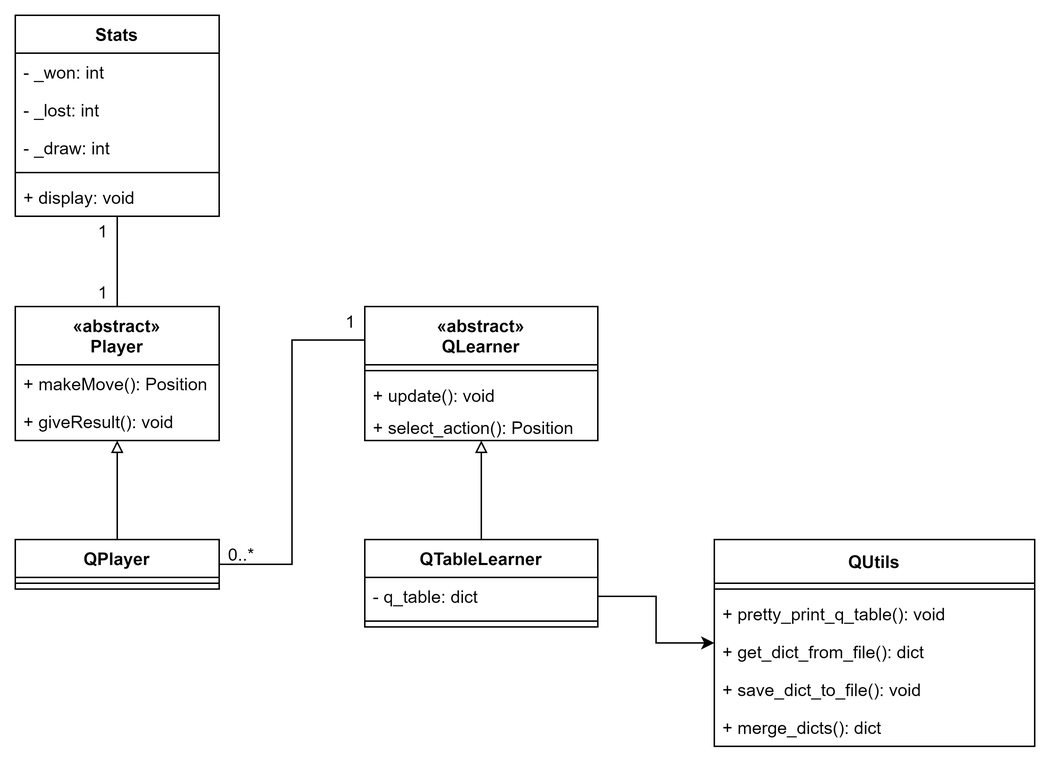
The draw.io diagram docs/uml/QLearner/QLearner.drawio.png in 13Dexter31/TickTackToe_Ki, before a commit. Source tidied: cells renumbered, new cells last; positions are measured from the earlier drawing's top-left corner, leaving out a move shared by most shapes. Source of this version:
```xml
<mxGraphModel>
  <root>
    <mxCell id="0" />
    <mxCell id="1" parent="0" />
    <mxCell id="2" style="edgeStyle=orthogonalEdgeStyle;rounded=0;jettySize=auto;html=1;exitX=0.5;exitY=0;exitDx=0;exitDy=0;endArrow=none;endFill=0;" parent="1" edge="1" source="3" target="27">
      <mxGeometry relative="1" as="geometry" />
    </mxCell>
    <mxCell id="3" value="«abstract»&#10;Player" style="swimlane;fontStyle=1;horizontal=1;startSize=40;fillColor=none;" parent="1" vertex="1">
      <mxGeometry y="200" width="140" height="92" as="geometry" />
    </mxCell>
    <mxCell id="4" value="+ makeMove(): Position" style="text;strokeColor=none;fillColor=none;align=left;verticalAlign=top;spacingLeft=4;spacingRight=4;overflow=hidden;" parent="3" vertex="1">
      <mxGeometry y="40" width="140" height="26" as="geometry" />
    </mxCell>
    <mxCell id="5" value="+ giveResult(): void" style="text;strokeColor=none;fillColor=none;align=left;verticalAlign=top;spacingLeft=4;spacingRight=4;overflow=hidden;" parent="3" vertex="1">
      <mxGeometry y="66" width="140" height="26" as="geometry" />
    </mxCell>
    <mxCell id="6" style="edgeStyle=orthogonalEdgeStyle;rounded=0;jettySize=auto;html=1;exitX=0.5;exitY=0;exitDx=0;exitDy=0;endArrow=block;endFill=0;" parent="1" edge="1" source="7" target="10">
      <mxGeometry relative="1" as="geometry" />
    </mxCell>
    <mxCell id="7" value="QTableLearner" style="swimlane;fontStyle=1;align=center;verticalAlign=top;horizontal=1;startSize=26;" parent="1" vertex="1">
      <mxGeometry x="240" y="360" width="160" height="60" as="geometry" />
    </mxCell>
    <mxCell id="8" value="- q_table: dict" style="text;strokeColor=none;fillColor=none;align=left;verticalAlign=top;spacingLeft=4;spacingRight=4;overflow=hidden;points=[[0,0.5],[1,0.5]];portConstraint=eastwest;" parent="7" vertex="1">
      <mxGeometry y="26" width="160" height="26" as="geometry" />
    </mxCell>
    <mxCell id="9" style="line;strokeWidth=1;fillColor=none;align=left;verticalAlign=middle;spacingTop=-1;spacingLeft=3;spacingRight=3;labelPosition=right;" parent="7" vertex="1">
      <mxGeometry y="52" width="160" height="8" as="geometry" />
    </mxCell>
    <mxCell id="10" value="«abstract»&#10;QLearner" style="swimlane;fontStyle=1;align=center;verticalAlign=top;horizontal=1;startSize=40;" parent="1" vertex="1">
      <mxGeometry x="240" y="200" width="160" height="92" as="geometry" />
    </mxCell>
    <mxCell id="11" style="line;strokeWidth=1;fillColor=none;align=left;verticalAlign=middle;spacingTop=-1;spacingLeft=3;spacingRight=3;labelPosition=right;" parent="10" vertex="1">
      <mxGeometry y="40" width="160" height="8" as="geometry" />
    </mxCell>
    <mxCell id="12" value="+ update(): void" style="text;strokeColor=none;fillColor=none;align=left;verticalAlign=top;spacingLeft=4;spacingRight=4;overflow=hidden;" parent="10" vertex="1">
      <mxGeometry y="48" width="160" height="22" as="geometry" />
    </mxCell>
    <mxCell id="13" value="+ select_action(): Position" style="text;strokeColor=none;fillColor=none;align=left;verticalAlign=top;spacingLeft=4;spacingRight=4;overflow=hidden;" parent="10" vertex="1">
      <mxGeometry y="70" width="160" height="22" as="geometry" />
    </mxCell>
    <mxCell id="14" style="edgeStyle=orthogonalEdgeStyle;rounded=0;jettySize=auto;html=1;exitX=0.5;exitY=0;exitDx=0;exitDy=0;endArrow=block;endFill=0;" parent="1" edge="1" source="15" target="3">
      <mxGeometry relative="1" as="geometry" />
    </mxCell>
    <mxCell id="15" value="QPlayer" style="swimlane;fontStyle=1;align=center;verticalAlign=top;horizontal=1;startSize=26;" parent="1" vertex="1">
      <mxGeometry y="360" width="140" height="34" as="geometry" />
    </mxCell>
    <mxCell id="16" style="line;strokeWidth=1;fillColor=none;align=left;verticalAlign=middle;spacingTop=-1;spacingLeft=3;spacingRight=3;labelPosition=right;" parent="15" vertex="1">
      <mxGeometry y="26" width="140" height="8" as="geometry" />
    </mxCell>
    <mxCell id="17" style="edgeStyle=orthogonalEdgeStyle;rounded=0;jettySize=auto;html=1;entryX=0;entryY=0.25;entryDx=0;entryDy=0;endArrow=none;endFill=0;exitX=1;exitY=0.5;exitDx=0;exitDy=0;" parent="1" edge="1" source="15" target="10">
      <mxGeometry relative="1" as="geometry" />
    </mxCell>
    <mxCell id="18" value="1" style="text;html=1;align=center;verticalAlign=middle;strokeColor=none;fillColor=none;" parent="1" vertex="1">
      <mxGeometry x="220" y="200" width="20" height="20" as="geometry" />
    </mxCell>
    <mxCell id="19" value="0..*" style="text;html=1;align=center;verticalAlign=middle;strokeColor=none;fillColor=none;" parent="1" vertex="1">
      <mxGeometry x="140" y="360" width="30" height="20" as="geometry" />
    </mxCell>
    <mxCell id="20" value="QUtils" style="swimlane;fontStyle=1;horizontal=1;startSize=30;fillColor=none;" parent="1" vertex="1">
      <mxGeometry x="480" y="360" width="220" height="142" as="geometry" />
    </mxCell>
    <mxCell id="21" style="line;strokeWidth=1;fillColor=none;align=left;verticalAlign=middle;spacingTop=-1;spacingLeft=3;spacingRight=3;labelPosition=right;" parent="20" vertex="1">
      <mxGeometry y="30" width="220" height="8" as="geometry" />
    </mxCell>
    <mxCell id="22" value="+ pretty_print_q_table(): void" style="text;strokeColor=none;fillColor=none;align=left;verticalAlign=top;spacingLeft=4;spacingRight=4;overflow=hidden;" parent="20" vertex="1">
      <mxGeometry y="38" width="220" height="26" as="geometry" />
    </mxCell>
    <mxCell id="23" value="+ get_dict_from_file(): dict" style="text;strokeColor=none;fillColor=none;align=left;verticalAlign=top;spacingLeft=4;spacingRight=4;overflow=hidden;" parent="20" vertex="1">
      <mxGeometry y="64" width="220" height="26" as="geometry" />
    </mxCell>
    <mxCell id="24" value="+ save_dict_to_file(): void" style="text;strokeColor=none;fillColor=none;align=left;verticalAlign=top;spacingLeft=4;spacingRight=4;overflow=hidden;" parent="20" vertex="1">
      <mxGeometry y="90" width="220" height="26" as="geometry" />
    </mxCell>
    <mxCell id="25" value="+ merge_dicts(): dict" style="text;strokeColor=none;fillColor=none;align=left;verticalAlign=top;spacingLeft=4;spacingRight=4;overflow=hidden;" parent="20" vertex="1">
      <mxGeometry y="116" width="220" height="26" as="geometry" />
    </mxCell>
    <mxCell id="26" style="edgeStyle=orthogonalEdgeStyle;rounded=0;jettySize=auto;html=1;exitX=1;exitY=0.5;exitDx=0;exitDy=0;" parent="1" edge="1" source="8" target="20">
      <mxGeometry relative="1" as="geometry" />
    </mxCell>
    <mxCell id="27" value="Stats" style="swimlane;fontStyle=1;align=center;verticalAlign=top;horizontal=1;startSize=26;" parent="1" vertex="1">
      <mxGeometry width="140" height="138" as="geometry" />
    </mxCell>
    <mxCell id="28" value="- _won: int" style="text;strokeColor=none;fillColor=none;align=left;verticalAlign=top;spacingLeft=4;spacingRight=4;overflow=hidden;" parent="27" vertex="1">
      <mxGeometry y="26" width="140" height="26" as="geometry" />
    </mxCell>
    <mxCell id="29" value="- _lost: int" style="text;strokeColor=none;fillColor=none;align=left;verticalAlign=top;spacingLeft=4;spacingRight=4;overflow=hidden;" parent="27" vertex="1">
      <mxGeometry y="52" width="140" height="26" as="geometry" />
    </mxCell>
    <mxCell id="30" value="- _draw: int" style="text;strokeColor=none;fillColor=none;align=left;verticalAlign=top;spacingLeft=4;spacingRight=4;overflow=hidden;" parent="27" vertex="1">
      <mxGeometry y="78" width="140" height="26" as="geometry" />
    </mxCell>
    <mxCell id="31" style="line;strokeWidth=1;fillColor=none;align=left;verticalAlign=middle;spacingTop=-1;spacingLeft=3;spacingRight=3;labelPosition=right;" parent="27" vertex="1">
      <mxGeometry y="104" width="140" height="8" as="geometry" />
    </mxCell>
    <mxCell id="32" value="+ display: void" style="text;strokeColor=none;fillColor=none;align=left;verticalAlign=top;spacingLeft=4;spacingRight=4;overflow=hidden;" parent="27" vertex="1">
      <mxGeometry y="112" width="140" height="26" as="geometry" />
    </mxCell>
    <mxCell id="33" value="1" style="text;html=1;align=center;verticalAlign=middle;strokeColor=none;fillColor=none;" parent="1" vertex="1">
      <mxGeometry x="50" y="138" width="20" height="20" as="geometry" />
    </mxCell>
    <mxCell id="34" value="1" style="text;html=1;align=center;verticalAlign=middle;strokeColor=none;fillColor=none;" parent="1" vertex="1">
      <mxGeometry x="50" y="180" width="20" height="20" as="geometry" />
    </mxCell>
  </root>
</mxGraphModel>
```
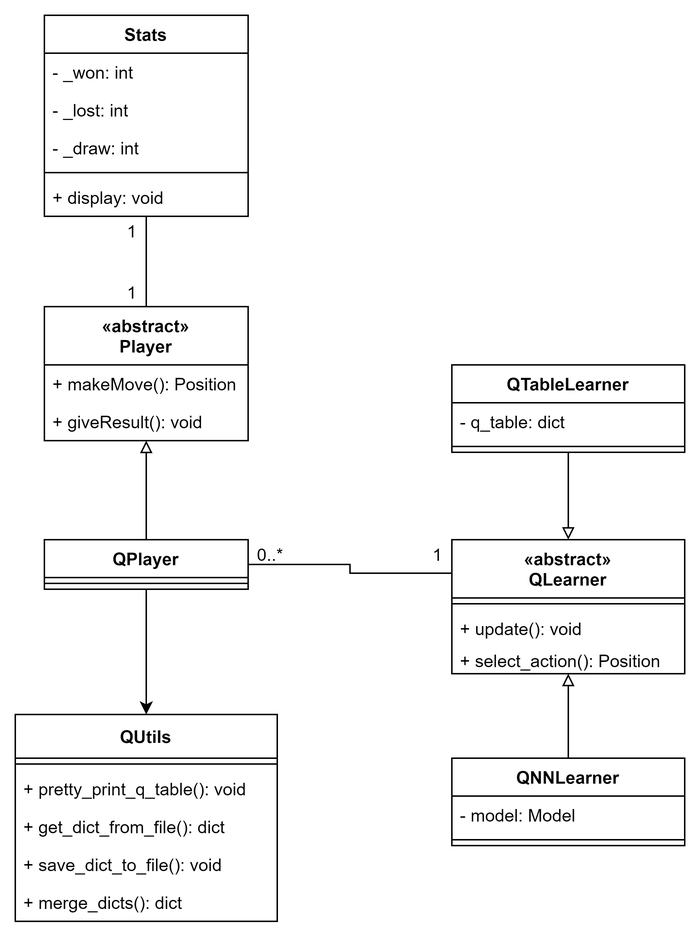
After the commit.

What changed in the source:
```diff
@@ -17,17 +17,17 @@
     <mxCell id="6" style="edgeStyle=orthogonalEdgeStyle;rounded=0;jettySize=auto;html=1;exitX=0.5;exitY=0;exitDx=0;exitDy=0;endArrow=block;endFill=0;" parent="1" edge="1" source="7" target="10">
       <mxGeometry relative="1" as="geometry" />
     </mxCell>
-    <mxCell id="7" value="QTableLearner" style="swimlane;fontStyle=1;align=center;verticalAlign=top;horizontal=1;startSize=26;" parent="1" vertex="1">
-      <mxGeometry x="240" y="360" width="160" height="60" as="geometry" />
+    <mxCell id="7" value="QNNLearner" style="swimlane;fontStyle=1;align=center;verticalAlign=top;horizontal=1;startSize=26;" parent="1" vertex="1">
+      <mxGeometry x="280" y="510" width="160" height="60" as="geometry" />
     </mxCell>
-    <mxCell id="8" value="- q_table: dict" style="text;strokeColor=none;fillColor=none;align=left;verticalAlign=top;spacingLeft=4;spacingRight=4;overflow=hidden;points=[[0,0.5],[1,0.5]];portConstraint=eastwest;" parent="7" vertex="1">
+    <mxCell id="8" value="- model: Model" style="text;strokeColor=none;fillColor=none;align=left;verticalAlign=top;spacingLeft=4;spacingRight=4;overflow=hidden;points=[[0,0.5],[1,0.5]];portConstraint=eastwest;" parent="7" vertex="1">
       <mxGeometry y="26" width="160" height="26" as="geometry" />
     </mxCell>
     <mxCell id="9" style="line;strokeWidth=1;fillColor=none;align=left;verticalAlign=middle;spacingTop=-1;spacingLeft=3;spacingRight=3;labelPosition=right;" parent="7" vertex="1">
       <mxGeometry y="52" width="160" height="8" as="geometry" />
     </mxCell>
     <mxCell id="10" value="«abstract»&#10;QLearner" style="swimlane;fontStyle=1;align=center;verticalAlign=top;horizontal=1;startSize=40;" parent="1" vertex="1">
-      <mxGeometry x="240" y="200" width="160" height="92" as="geometry" />
+      <mxGeometry x="280" y="360" width="160" height="92" as="geometry" />
     </mxCell>
     <mxCell id="11" style="line;strokeWidth=1;fillColor=none;align=left;verticalAlign=middle;spacingTop=-1;spacingLeft=3;spacingRight=3;labelPosition=right;" parent="10" vertex="1">
       <mxGeometry y="40" width="160" height="8" as="geometry" />
@@ -51,30 +51,30 @@
       <mxGeometry relative="1" as="geometry" />
     </mxCell>
     <mxCell id="18" value="1" style="text;html=1;align=center;verticalAlign=middle;strokeColor=none;fillColor=none;" parent="1" vertex="1">
-      <mxGeometry x="220" y="200" width="20" height="20" as="geometry" />
+      <mxGeometry x="260" y="360" width="20" height="20" as="geometry" />
     </mxCell>
     <mxCell id="19" value="0..*" style="text;html=1;align=center;verticalAlign=middle;strokeColor=none;fillColor=none;" parent="1" vertex="1">
       <mxGeometry x="140" y="360" width="30" height="20" as="geometry" />
     </mxCell>
     <mxCell id="20" value="QUtils" style="swimlane;fontStyle=1;horizontal=1;startSize=30;fillColor=none;" parent="1" vertex="1">
-      <mxGeometry x="480" y="360" width="220" height="142" as="geometry" />
+      <mxGeometry x="-20" y="480" width="180" height="142" as="geometry" />
     </mxCell>
     <mxCell id="21" style="line;strokeWidth=1;fillColor=none;align=left;verticalAlign=middle;spacingTop=-1;spacingLeft=3;spacingRight=3;labelPosition=right;" parent="20" vertex="1">
-      <mxGeometry y="30" width="220" height="8" as="geometry" />
+      <mxGeometry y="30" width="180" height="8" as="geometry" />
     </mxCell>
     <mxCell id="22" value="+ pretty_print_q_table(): void" style="text;strokeColor=none;fillColor=none;align=left;verticalAlign=top;spacingLeft=4;spacingRight=4;overflow=hidden;" parent="20" vertex="1">
-      <mxGeometry y="38" width="220" height="26" as="geometry" />
+      <mxGeometry y="38" width="180" height="26" as="geometry" />
     </mxCell>
     <mxCell id="23" value="+ get_dict_from_file(): dict" style="text;strokeColor=none;fillColor=none;align=left;verticalAlign=top;spacingLeft=4;spacingRight=4;overflow=hidden;" parent="20" vertex="1">
-      <mxGeometry y="64" width="220" height="26" as="geometry" />
+      <mxGeometry y="64" width="180" height="26" as="geometry" />
     </mxCell>
     <mxCell id="24" value="+ save_dict_to_file(): void" style="text;strokeColor=none;fillColor=none;align=left;verticalAlign=top;spacingLeft=4;spacingRight=4;overflow=hidden;" parent="20" vertex="1">
-      <mxGeometry y="90" width="220" height="26" as="geometry" />
+      <mxGeometry y="90" width="180" height="26" as="geometry" />
     </mxCell>
     <mxCell id="25" value="+ merge_dicts(): dict" style="text;strokeColor=none;fillColor=none;align=left;verticalAlign=top;spacingLeft=4;spacingRight=4;overflow=hidden;" parent="20" vertex="1">
-      <mxGeometry y="116" width="220" height="26" as="geometry" />
+      <mxGeometry y="116" width="180" height="26" as="geometry" />
     </mxCell>
-    <mxCell id="26" style="edgeStyle=orthogonalEdgeStyle;rounded=0;jettySize=auto;html=1;exitX=1;exitY=0.5;exitDx=0;exitDy=0;" parent="1" edge="1" source="8" target="20">
+    <mxCell id="26" style="edgeStyle=orthogonalEdgeStyle;rounded=0;jettySize=auto;html=1;" parent="1" edge="1" source="15" target="20">
       <mxGeometry relative="1" as="geometry" />
     </mxCell>
     <mxCell id="27" value="Stats" style="swimlane;fontStyle=1;align=center;verticalAlign=top;horizontal=1;startSize=26;" parent="1" vertex="1">
@@ -101,5 +101,17 @@
     <mxCell id="34" value="1" style="text;html=1;align=center;verticalAlign=middle;strokeColor=none;fillColor=none;" parent="1" vertex="1">
       <mxGeometry x="50" y="180" width="20" height="20" as="geometry" />
     </mxCell>
+    <mxCell id="35" style="edgeStyle=orthogonalEdgeStyle;rounded=0;jettySize=auto;html=1;endArrow=block;endFill=0;" parent="1" edge="1" source="36" target="10">
+      <mxGeometry relative="1" as="geometry" />
+    </mxCell>
+    <mxCell id="36" value="QTableLearner" style="swimlane;fontStyle=1;align=center;verticalAlign=top;horizontal=1;startSize=26;" parent="1" vertex="1">
+      <mxGeometry x="280" y="240" width="160" height="60" as="geometry" />
+    </mxCell>
+    <mxCell id="37" value="- q_table: dict" style="text;strokeColor=none;fillColor=none;align=left;verticalAlign=top;spacingLeft=4;spacingRight=4;overflow=hidden;" parent="36" vertex="1">
+      <mxGeometry y="26" width="160" height="26" as="geometry" />
+    </mxCell>
+    <mxCell id="38" style="line;strokeWidth=1;fillColor=none;align=left;verticalAlign=middle;spacingTop=-1;spacingLeft=3;spacingRight=3;labelPosition=right;" parent="36" vertex="1">
+      <mxGeometry y="52" width="160" height="8" as="geometry" />
+    </mxCell>
   </root>
 </mxGraphModel>
```
